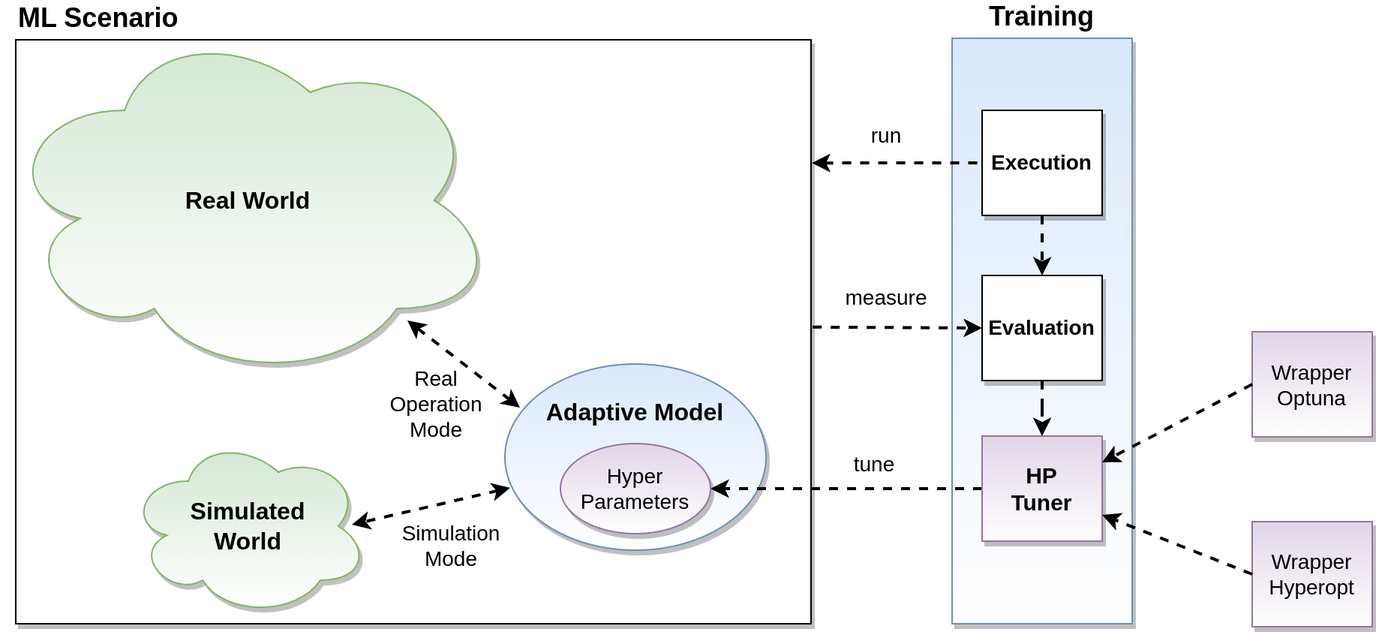
Before: doc/rtd/content/02_basic_functions/mlpro_bf/sub/layer4_machine_learning/images/MLPro-BF-ML_overview.drawio.png, a diagram exported from draw.io (fhswf/MLPro). Source tidied: cells renumbered, new cells last; positions are measured from the earlier drawing's top-left corner, leaving out a move shared by most shapes.
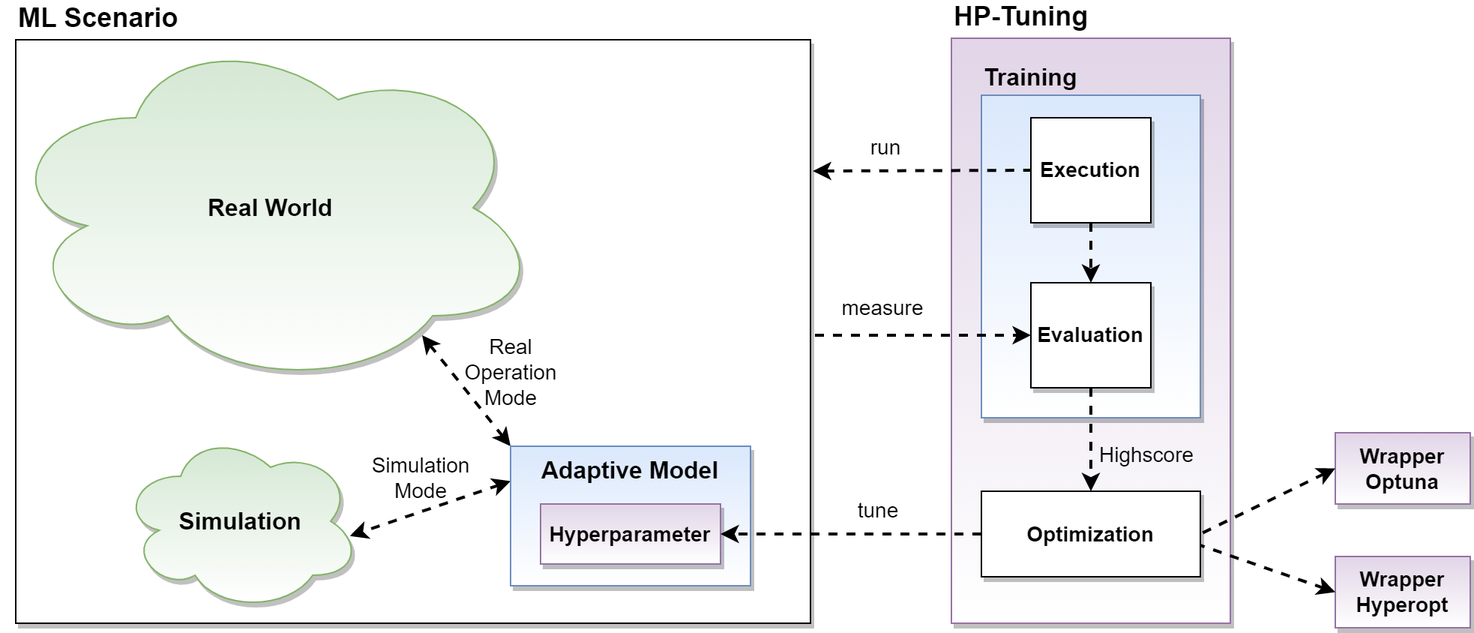
The same file after the commit.

The edit, as a diff of the source:
```diff
@@ -2,71 +2,73 @@
   <root>
     <mxCell id="0" />
     <mxCell id="1" parent="0" />
+    <mxCell id="6" value="HP-Tuning" style="rounded=0;whiteSpace=wrap;html=1;fillColor=#e1d5e7;verticalAlign=bottom;fontStyle=1;align=left;fontSize=18;labelPosition=center;verticalLabelPosition=top;shadow=1;strokeColor=#9673a6;gradientColor=#FFFFFF;" parent="1" vertex="1">
+      <mxGeometry x="644" y="-43" width="186" height="390" as="geometry" />
+    </mxCell>
+    <mxCell id="22" value="Training" style="rounded=0;whiteSpace=wrap;html=1;fillColor=#dae8fc;verticalAlign=bottom;fontStyle=1;align=left;fontSize=16;labelPosition=center;verticalLabelPosition=top;shadow=1;strokeColor=#6c8ebf;gradientColor=#FFFFFF;" parent="1" vertex="1">
+      <mxGeometry x="664" y="-5" width="146" height="215" as="geometry" />
+    </mxCell>
     <mxCell id="2" value="ML Scenario" style="rounded=0;whiteSpace=wrap;html=1;align=left;verticalAlign=bottom;fontStyle=1;fontSize=18;labelPosition=center;verticalLabelPosition=top;shadow=1;" parent="1" vertex="1">
-      <mxGeometry x="10" y="13" width="530" height="389" as="geometry" />
+      <mxGeometry x="20" y="-42" width="530" height="389" as="geometry" />
     </mxCell>
-    <mxCell id="3" value="Adaptive Model" style="ellipse;whiteSpace=wrap;html=1;fillColor=#dae8fc;strokeColor=#6c8ebf;fontStyle=1;fontSize=16;verticalAlign=top;spacingTop=16;gradientColor=#FFFFFF;shadow=1;" parent="1" vertex="1">
-      <mxGeometry x="336" y="229" width="174" height="124" as="geometry" />
-    </mxCell>
-    <mxCell id="4" value="Simulated&lt;br style=&quot;font-size: 16px;&quot;&gt;World" style="ellipse;shape=cloud;whiteSpace=wrap;html=1;shadow=1;fontStyle=1;fontSize=16;fillColor=#d5e8d4;strokeColor=#82b366;gradientColor=#FFFFFF;" parent="1" vertex="1">
-      <mxGeometry x="85" y="277" width="160" height="120" as="geometry" />
+    <mxCell id="4" value="Simulation" style="ellipse;shape=cloud;whiteSpace=wrap;html=1;shadow=1;fontStyle=1;fontSize=16;fillColor=#d5e8d4;strokeColor=#82b366;gradientColor=#FFFFFF;" parent="1" vertex="1">
+      <mxGeometry x="90" y="219" width="160" height="120" as="geometry" />
     </mxCell>
     <mxCell id="5" value="Real World" style="ellipse;shape=cloud;whiteSpace=wrap;html=1;shadow=1;fontSize=16;fontStyle=1;fillColor=#d5e8d4;strokeColor=#82b366;gradientColor=#FFFFFF;" parent="1" vertex="1">
-      <mxGeometry width="330" height="240" as="geometry" />
+      <mxGeometry x="10" y="-50" width="360" height="240" as="geometry" />
     </mxCell>
-    <mxCell id="6" value="Training" style="rounded=0;whiteSpace=wrap;html=1;fillColor=#dae8fc;verticalAlign=bottom;fontStyle=1;align=center;fontSize=18;labelPosition=center;verticalLabelPosition=top;shadow=1;strokeColor=#6c8ebf;gradientColor=#FFFFFF;" parent="1" vertex="1">
-      <mxGeometry x="634" y="12" width="120" height="390" as="geometry" />
-    </mxCell>
-    <mxCell id="7" value="tune" style="edgeStyle=orthogonalEdgeStyle;rounded=0;jettySize=auto;html=1;fontSize=14;dashed=1;strokeWidth=2;fontStyle=0;labelBackgroundColor=none;" parent="1" edge="1" source="8" target="19">
-      <mxGeometry x="-0.21" y="-16" relative="1" as="geometry" />
-    </mxCell>
-    <mxCell id="8" value="HP&lt;br style=&quot;font-size: 15px;&quot;&gt;Tuner" style="rounded=0;whiteSpace=wrap;html=1;fontSize=15;fillColor=#e1d5e7;fontStyle=1;strokeColor=#9673a6;gradientColor=#FFFFFF;shadow=1;" parent="1" vertex="1">
-      <mxGeometry x="654" y="277" width="80" height="70" as="geometry" />
-    </mxCell>
-    <mxCell id="9" value="Wrapper&lt;br style=&quot;font-size: 14px;&quot;&gt;Optuna" style="rounded=0;whiteSpace=wrap;html=1;fontSize=14;fillColor=#e1d5e7;strokeColor=#9673a6;gradientColor=#FFFFFF;shadow=1;fontStyle=0;" parent="1" vertex="1">
-      <mxGeometry x="834" y="207.5" width="80" height="70" as="geometry" />
+    <mxCell id="9" value="Wrapper&lt;br style=&quot;font-size: 14px;&quot;&gt;Optuna" style="rounded=0;whiteSpace=wrap;html=1;fontSize=14;fillColor=#e1d5e7;strokeColor=#9673a6;gradientColor=#FFFFFF;shadow=1;fontStyle=1;" parent="1" vertex="1">
+      <mxGeometry x="900" y="220" width="90" height="47.5" as="geometry" />
     </mxCell>
-    <mxCell id="10" value="Wrapper&lt;br style=&quot;font-size: 14px;&quot;&gt;Hyperopt" style="rounded=0;whiteSpace=wrap;html=1;fontSize=14;fillColor=#e1d5e7;strokeColor=#9673a6;gradientColor=#FFFFFF;shadow=1;fontStyle=0;" parent="1" vertex="1">
-      <mxGeometry x="834" y="334" width="80" height="70" as="geometry" />
+    <mxCell id="10" value="Wrapper&lt;br style=&quot;font-size: 14px;&quot;&gt;Hyperopt" style="rounded=0;whiteSpace=wrap;html=1;fontSize=14;fillColor=#e1d5e7;strokeColor=#9673a6;gradientColor=#FFFFFF;shadow=1;fontStyle=1;" parent="1" vertex="1">
+      <mxGeometry x="900" y="302.5" width="90" height="47.5" as="geometry" />
     </mxCell>
-    <mxCell id="11" style="endArrow=classic;html=1;rounded=0;dashed=1;strokeWidth=2;fontSize=12;exitX=0;exitY=0.5;exitDx=0;exitDy=0;entryX=1;entryY=0.25;entryDx=0;entryDy=0;" parent="1" edge="1" source="9" target="8">
+    <mxCell id="11" style="endArrow=none;html=1;rounded=0;dashed=1;strokeWidth=2;fontSize=12;exitX=0;exitY=0.5;exitDx=0;exitDy=0;entryX=1;entryY=0.5;entryDx=0;entryDy=0;endFill=0;startArrow=classic;startFill=1;" parent="1" edge="1" source="9" target="23">
       <mxGeometry relative="1" as="geometry" />
     </mxCell>
-    <mxCell id="12" style="endArrow=classic;html=1;rounded=0;dashed=1;strokeWidth=2;fontSize=12;exitX=0;exitY=0.5;exitDx=0;exitDy=0;entryX=1;entryY=0.75;entryDx=0;entryDy=0;" parent="1" edge="1" source="10" target="8">
+    <mxCell id="12" style="endArrow=none;html=1;rounded=0;dashed=1;strokeWidth=2;fontSize=12;exitX=0;exitY=0.5;exitDx=0;exitDy=0;entryX=0.996;entryY=0.629;entryDx=0;entryDy=0;entryPerimeter=0;startArrow=classic;startFill=1;endFill=0;" parent="1" edge="1" source="10" target="23">
       <mxGeometry relative="1" as="geometry" />
     </mxCell>
-    <mxCell id="13" style="edgeStyle=orthogonalEdgeStyle;rounded=0;jettySize=auto;html=1;dashed=1;strokeWidth=2;fontSize=14;startArrow=none;startFill=0;endArrow=classic;endFill=1;" parent="1" edge="1" source="14" target="8">
-      <mxGeometry relative="1" as="geometry" />
+    <mxCell id="13" value="Highscore" style="edgeStyle=orthogonalEdgeStyle;rounded=0;jettySize=auto;html=1;dashed=1;strokeWidth=2;fontSize=14;startArrow=none;startFill=0;endArrow=classic;endFill=1;entryX=0.5;entryY=0;entryDx=0;entryDy=0;labelBackgroundColor=none;" parent="1" edge="1" source="14" target="23">
+      <mxGeometry x="0.3" y="37" relative="1" as="geometry" />
     </mxCell>
     <mxCell id="14" value="Evaluation" style="rounded=0;whiteSpace=wrap;html=1;fontSize=14;fillColor=default;gradientColor=#FFFFFF;fontStyle=1;shadow=1;" parent="1" vertex="1">
-      <mxGeometry x="654" y="170" width="80" height="70" as="geometry" />
+      <mxGeometry x="697" y="120" width="80" height="70" as="geometry" />
     </mxCell>
-    <mxCell id="15" value="measure" style="endArrow=classic;html=1;rounded=0;dashed=1;strokeWidth=2;fontSize=14;entryX=0;entryY=0.5;entryDx=0;entryDy=0;exitX=1.002;exitY=0.492;exitDx=0;exitDy=0;endFill=1;startArrow=none;startFill=0;fontStyle=0;exitPerimeter=0;labelBackgroundColor=none;" parent="1" edge="1" source="2" target="14">
-      <mxGeometry x="-0.14" y="20" relative="1" as="geometry" />
+    <mxCell id="15" value="measure" style="endArrow=classic;html=1;rounded=0;dashed=1;strokeWidth=2;fontSize=14;entryX=0;entryY=0.5;entryDx=0;entryDy=0;endFill=1;startArrow=none;startFill=0;fontStyle=0;labelBackgroundColor=none;" parent="1" edge="1" target="14">
+      <mxGeometry x="-0.38" y="18" relative="1" as="geometry">
+        <mxPoint x="553" y="155" as="sourcePoint" />
+      </mxGeometry>
     </mxCell>
     <mxCell id="16" style="edgeStyle=orthogonalEdgeStyle;rounded=0;jettySize=auto;html=1;dashed=1;strokeWidth=2;fontSize=14;startArrow=none;startFill=0;endArrow=classic;endFill=1;" parent="1" edge="1" source="17" target="14">
       <mxGeometry relative="1" as="geometry" />
     </mxCell>
     <mxCell id="17" value="Execution" style="rounded=0;whiteSpace=wrap;html=1;fontSize=14;fillColor=default;gradientColor=#FFFFFF;fontStyle=1;shadow=1;" parent="1" vertex="1">
-      <mxGeometry x="654" y="60" width="80" height="70" as="geometry" />
+      <mxGeometry x="697" y="10" width="80" height="70" as="geometry" />
     </mxCell>
-    <mxCell id="18" value="run" style="endArrow=none;html=1;rounded=0;dashed=1;strokeWidth=2;fontSize=14;entryX=0;entryY=0.5;entryDx=0;entryDy=0;endFill=0;startArrow=classic;startFill=1;fontStyle=0;exitX=1.001;exitY=0.211;exitDx=0;exitDy=0;exitPerimeter=0;labelBackgroundColor=none;" parent="1" edge="1" source="2" target="17">
-      <mxGeometry x="-0.14" y="18" relative="1" as="geometry" />
+    <mxCell id="18" value="run" style="endArrow=none;html=1;rounded=0;dashed=1;strokeWidth=2;fontSize=14;entryX=0;entryY=0.5;entryDx=0;entryDy=0;endFill=0;startArrow=classic;startFill=1;fontStyle=0;labelBackgroundColor=none;exitX=1.003;exitY=0.225;exitDx=0;exitDy=0;exitPerimeter=0;" parent="1" edge="1" source="2" target="17">
+      <mxGeometry x="-0.33" y="15" relative="1" as="geometry" />
     </mxCell>
-    <mxCell id="19" value="Hyper&lt;br style=&quot;font-size: 14px;&quot;&gt;Parameters" style="ellipse;whiteSpace=wrap;html=1;fontSize=14;fillColor=#e1d5e7;fontStyle=0;strokeColor=#9673a6;gradientColor=#FFFFFF;shadow=1;" parent="1" vertex="1">
-      <mxGeometry x="373" y="282" width="100" height="60" as="geometry" />
-    </mxCell>
-    <mxCell id="20" value="Simulation&lt;br&gt;Mode" style="endArrow=classic;html=1;rounded=0;dashed=1;strokeWidth=2;fontSize=14;exitX=0.02;exitY=0.665;exitDx=0;exitDy=0;exitPerimeter=0;startArrow=classic;startFill=1;labelBackgroundColor=none;" parent="1" edge="1" source="3">
-      <mxGeometry x="-0.13" y="29" relative="1" as="geometry">
-        <mxPoint x="234" y="336" as="targetPoint" />
-      </mxGeometry>
+    <mxCell id="20" value="Simulation&lt;br&gt;Mode" style="endArrow=classic;html=1;rounded=0;dashed=1;strokeWidth=2;fontSize=14;exitX=0;exitY=0.25;exitDx=0;exitDy=0;startArrow=classic;startFill=1;labelBackgroundColor=none;entryX=0.955;entryY=0.582;entryDx=0;entryDy=0;entryPerimeter=0;" parent="1" edge="1" source="3" target="4">
+      <mxGeometry x="-0.01" y="-22" relative="1" as="geometry" />
     </mxCell>
-    <mxCell id="21" value="Real&lt;br&gt;Operation&lt;br&gt;Mode" style="endArrow=classic;html=1;rounded=0;dashed=1;strokeWidth=2;fontSize=14;startArrow=classic;startFill=1;labelBackgroundColor=none;" parent="1" edge="1">
-      <mxGeometry x="-0.04" y="33" relative="1" as="geometry">
-        <mxPoint x="346" y="258" as="sourcePoint" />
-        <mxPoint x="271" y="200" as="targetPoint" />
-        <mxPoint x="1" as="offset" />
+    <mxCell id="21" value="Real&lt;br&gt;Operation&lt;br&gt;Mode" style="endArrow=classic;html=1;rounded=0;dashed=1;strokeWidth=2;fontSize=14;startArrow=classic;startFill=1;labelBackgroundColor=none;exitX=0;exitY=0;exitDx=0;exitDy=0;" parent="1" edge="1" source="3">
+      <mxGeometry x="-0.19" y="-31" relative="1" as="geometry">
+        <mxPoint x="291" y="155" as="targetPoint" />
+        <mxPoint x="-1" as="offset" />
       </mxGeometry>
     </mxCell>
+    <mxCell id="23" value="Optimization" style="rounded=0;whiteSpace=wrap;html=1;fontSize=14;fillColor=default;gradientColor=#FFFFFF;fontStyle=1;shadow=1;" parent="1" vertex="1">
+      <mxGeometry x="664" y="259" width="146" height="57" as="geometry" />
+    </mxCell>
+    <mxCell id="3" value="Adaptive Model" style="rounded=0;whiteSpace=wrap;html=1;fontSize=16;fillColor=#dae8fc;strokeColor=#6c8ebf;gradientColor=#FFFFFF;fontStyle=1;verticalAlign=top;shadow=1;" parent="1" vertex="1">
+      <mxGeometry x="350" y="229" width="160" height="93" as="geometry" />
+    </mxCell>
+    <mxCell id="24" value="Hyperparameter" style="rounded=0;whiteSpace=wrap;html=1;fontSize=14;fillColor=#e1d5e7;strokeColor=#9673a6;fontStyle=1;verticalAlign=middle;gradientColor=#FFFFFF;shadow=1;" parent="1" vertex="1">
+      <mxGeometry x="370" y="267.5" width="120" height="40" as="geometry" />
+    </mxCell>
+    <mxCell id="7" value="tune" style="edgeStyle=orthogonalEdgeStyle;rounded=0;jettySize=auto;html=1;fontSize=14;dashed=1;strokeWidth=2;fontStyle=0;labelBackgroundColor=none;exitX=0;exitY=0.5;exitDx=0;exitDy=0;entryX=1;entryY=0.5;entryDx=0;entryDy=0;" parent="1" edge="1" source="23" target="24">
+      <mxGeometry x="-0.21" y="-16" relative="1" as="geometry" />
+    </mxCell>
   </root>
 </mxGraphModel>
```
